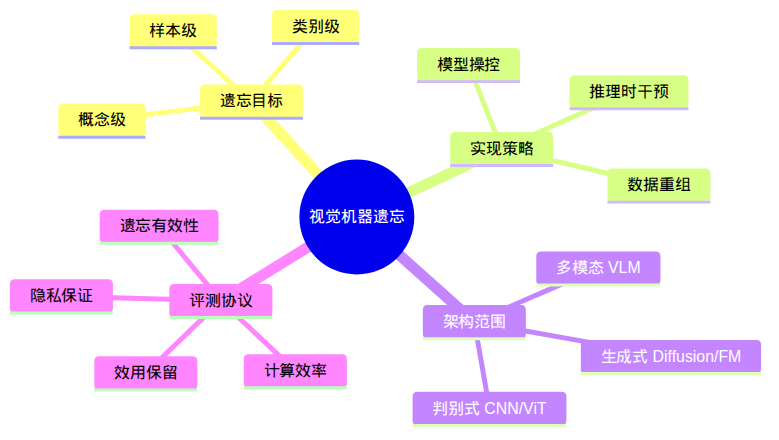
ranshaobaichi/CV_Final_Lab keeps this Mermaid diagram as topics/machine-unlearning-cv/figures/taxonomy-tree.png. Above is the earlier version. Its source is kept beside it as topics/machine-unlearning-cv/figures/taxonomy-tree.mmd. The source it was exported from:
```mermaid
mindmap
  root((视觉机器遗忘))
    遗忘目标
      样本级
      类别级
      概念级
    实现策略
      数据重组
      模型操控
      推理时干预
    架构范围
      判别式 CNN/ViT
      生成式 Diffusion/FM
      多模态 VLM
    评测协议
      遗忘有效性
      效用保留
      隐私保证
      计算效率
```
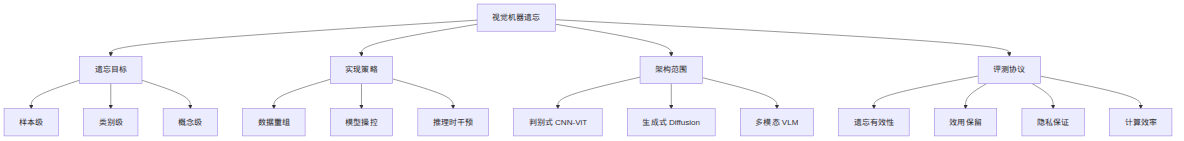
Later version of the same file.

Commit message:
Fix Mermaid diagrams and remove draft metadata header

The edit, as a diff of the source:
```diff
@@ -1,19 +1,19 @@
-mindmap
-  root((视觉机器遗忘))
-    遗忘目标
-      样本级
-      类别级
-      概念级
-    实现策略
-      数据重组
-      模型操控
-      推理时干预
-    架构范围
-      判别式 CNN/ViT
-      生成式 Diffusion/FM
-      多模态 VLM
-    评测协议
-      遗忘有效性
-      效用保留
-      隐私保证
-      计算效率
+flowchart TB
+  R[视觉机器遗忘]
+  R --> T[遗忘目标]
+  R --> S[实现策略]
+  R --> A[架构范围]
+  R --> E[评测协议]
+  T --> T1[样本级]
+  T --> T2[类别级]
+  T --> T3[概念级]
+  S --> S1[数据重组]
+  S --> S2[模型操控]
+  S --> S3[推理时干预]
+  A --> A1[判别式 CNN-ViT]
+  A --> A2[生成式 Diffusion]
+  A --> A3[多模态 VLM]
+  E --> E1[遗忘有效性]
+  E --> E2[效用保留]
+  E --> E3[隐私保证]
+  E --> E4[计算效率]
```
